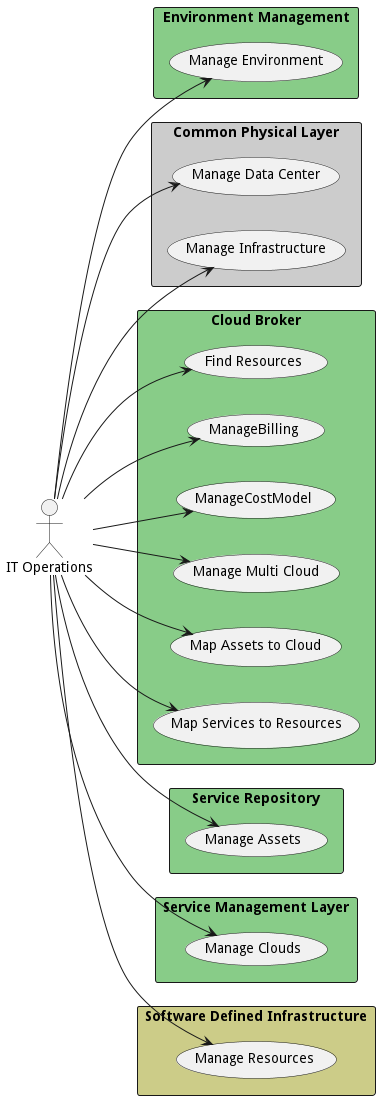
This is docs/actors/itops/UseCase.png from madajaju/edgemere, a PlantUML export, as it was before one commit.
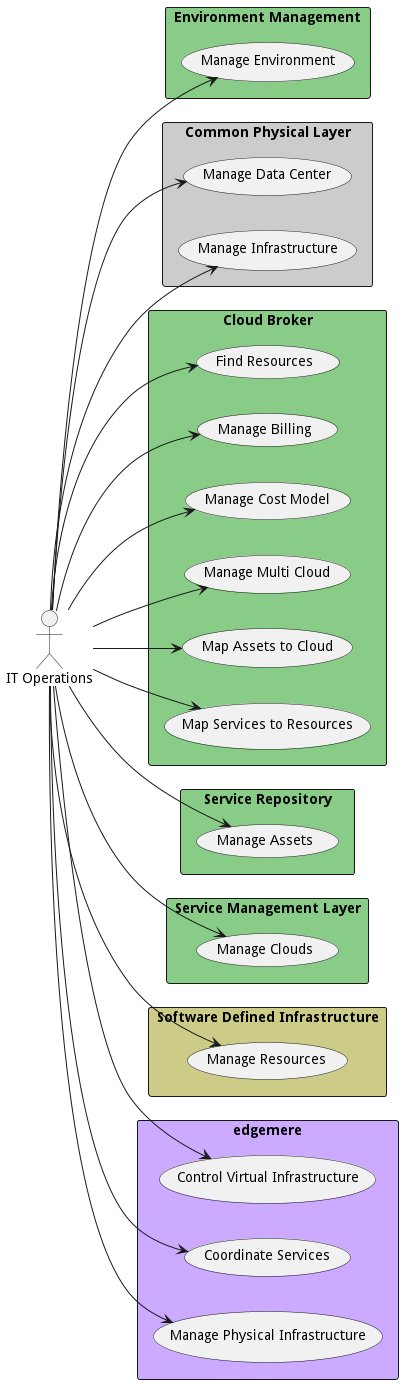
The same file after the commit.

The edit, as a diff of the source:
```diff
@@ -23,9 +23,9 @@
 rectangle "Cloud Broker" as cb #88cc88 {
         usecase "Find Resources" as FindResources
     ITOperations --> FindResources
-    usecase "ManageBilling" as ManageBilling
+    usecase "Manage Billing" as ManageBilling
     ITOperations --> ManageBilling
-    usecase "ManageCostModel" as ManageCostModel
+    usecase "Manage Cost Model" as ManageCostModel
     ITOperations --> ManageCostModel
     usecase "Manage Multi Cloud" as ManageMultiCloud
     ITOperations --> ManageMultiCloud
@@ -54,5 +54,15 @@
 
 }
 
+rectangle "edgemere" as edgemere #ccaaff {
+        usecase "Control Virtual Infrastructure" as ControlVirtualInfrastructure
+    ITOperations --> ControlVirtualInfrastructure
+    usecase "Coordinate Services" as CoordinateServices
+    ITOperations --> CoordinateServices
+    usecase "Manage Physical Infrastructure" as ManagePhysicalInfrastructure
+    ITOperations --> ManagePhysicalInfrastructure
+
+}
+
 
 @enduml
```
